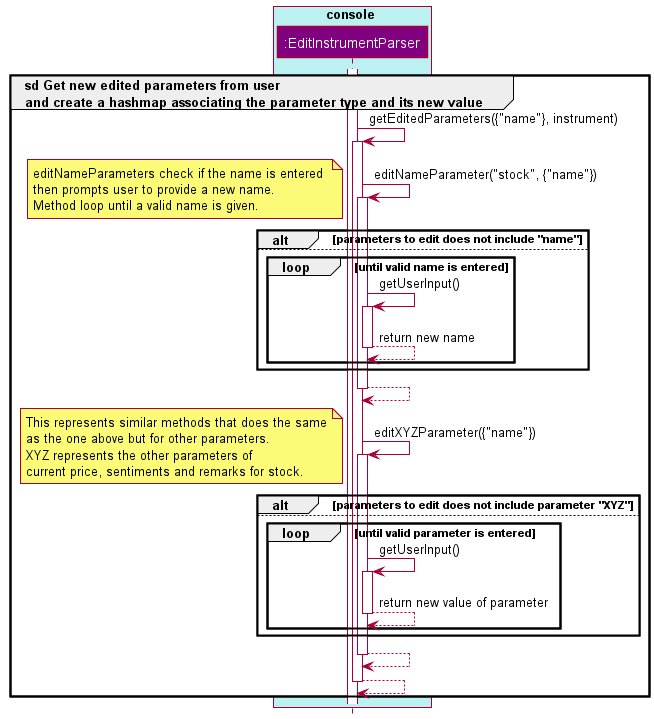
Earlier version of the PlantUML export docs/images/EditRefrence.png (williamlamjy/mTracker). Its diagram source:
```plantuml
@startuml
!include Styles.puml

box console COLOR_CONSOLE_SEGMENT
participant ":EditInstrumentParser" as EditInstrumentParser COLOR_MODEL
end box

group sd Get new edited parameters from user \nand create a hashmap associating the parameter type and its new value

activate EditInstrumentParser

EditInstrumentParser -> EditInstrumentParser: getEditedParameters({"name"}, instrument)
activate EditInstrumentParser

EditInstrumentParser -> EditInstrumentParser: editNameParameter("stock", {"name"})
note left: editNameParameters check if the name is entered \nthen prompts user to provide a new name.\nMethod loop until a valid name is given.
activate EditInstrumentParser

alt parameters to edit does not include "name"
else
loop until valid name is entered
EditInstrumentParser -> EditInstrumentParser: getUserInput()
activate EditInstrumentParser
EditInstrumentParser --> EditInstrumentParser: return new name
deactivate EditInstrumentParser
end
end

EditInstrumentParser --> EditInstrumentParser
deactivate EditInstrumentParser

EditInstrumentParser -> EditInstrumentParser: editXYZParameter({"name"})
note left: This represents similar methods that does the same\nas the one above but for other parameters.\nXYZ represents the other parameters of\ncurrent price, sentiments and remarks for stock.
activate EditInstrumentParser

alt parameters to edit does not include parameter "XYZ"
else
loop until valid parameter is entered
EditInstrumentParser -> EditInstrumentParser: getUserInput()
activate EditInstrumentParser
EditInstrumentParser --> EditInstrumentParser: return new value of parameter
deactivate EditInstrumentParser
end
end
EditInstrumentParser --> EditInstrumentParser
deactivate EditInstrumentParser

EditInstrumentParser --> EditInstrumentParser
deactivate EditInstrumentParser

end

@enduml
```
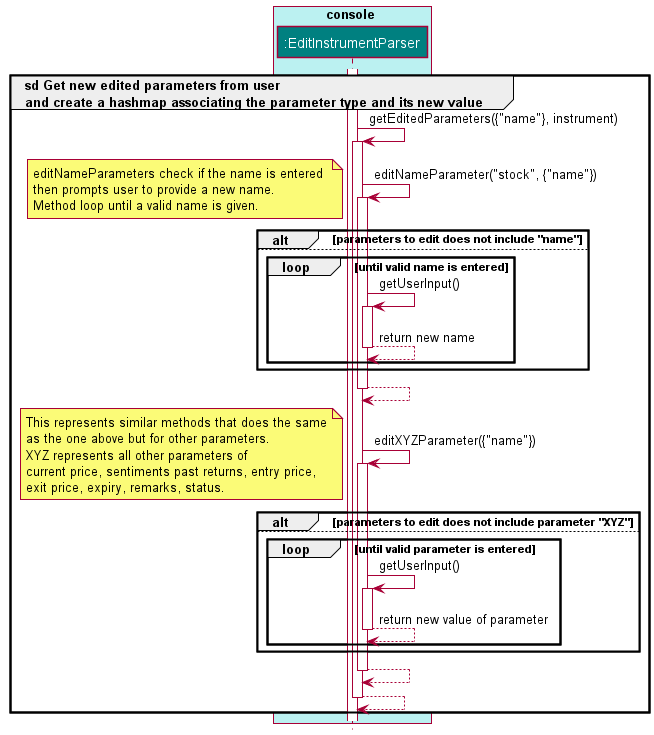
The same diagram one commit later.

The edit, as a diff of the source:
```diff
@@ -2,7 +2,7 @@
 !include Styles.puml
 
 box console COLOR_CONSOLE_SEGMENT
-participant ":EditInstrumentParser" as EditInstrumentParser COLOR_MODEL
+participant ":EditInstrumentParser" as EditInstrumentParser COLOR_CONSOLE
 end box
 
 group sd Get new edited parameters from user \nand create a hashmap associating the parameter type and its new value
@@ -30,7 +30,7 @@
 deactivate EditInstrumentParser
 
 EditInstrumentParser -> EditInstrumentParser: editXYZParameter({"name"})
-note left: This represents similar methods that does the same\nas the one above but for other parameters.\nXYZ represents the other parameters of\ncurrent price, sentiments and remarks for stock.
+note left: This represents similar methods that does the same\nas the one above but for other parameters.\nXYZ represents all other parameters of\ncurrent price, sentiments past returns, entry price,\nexit price, expiry, remarks, status.
 activate EditInstrumentParser
 
 alt parameters to edit does not include parameter "XYZ"
```
